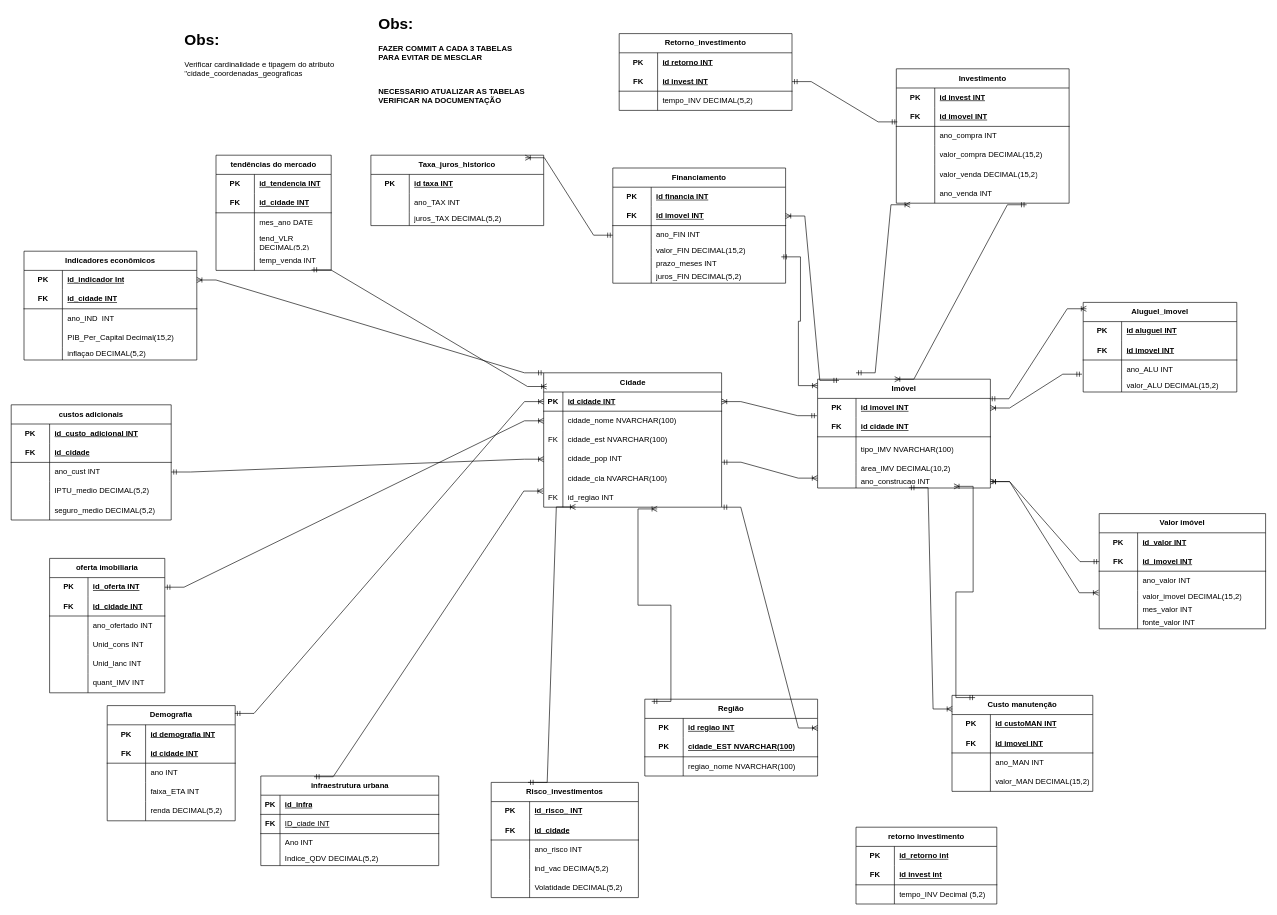
Guilherme22B/Group_by keeps this draw.io diagram as GroupBy.drawio. Above is the earlier version. Source tidied: cells renumbered, new cells numbered last; positions are measured from the earlier drawing's top-left corner, leaving out a move shared by most shapes. Both pictures are drawn from the tidied source at 64%, with x=0, y=0 at pixel (11, 11).
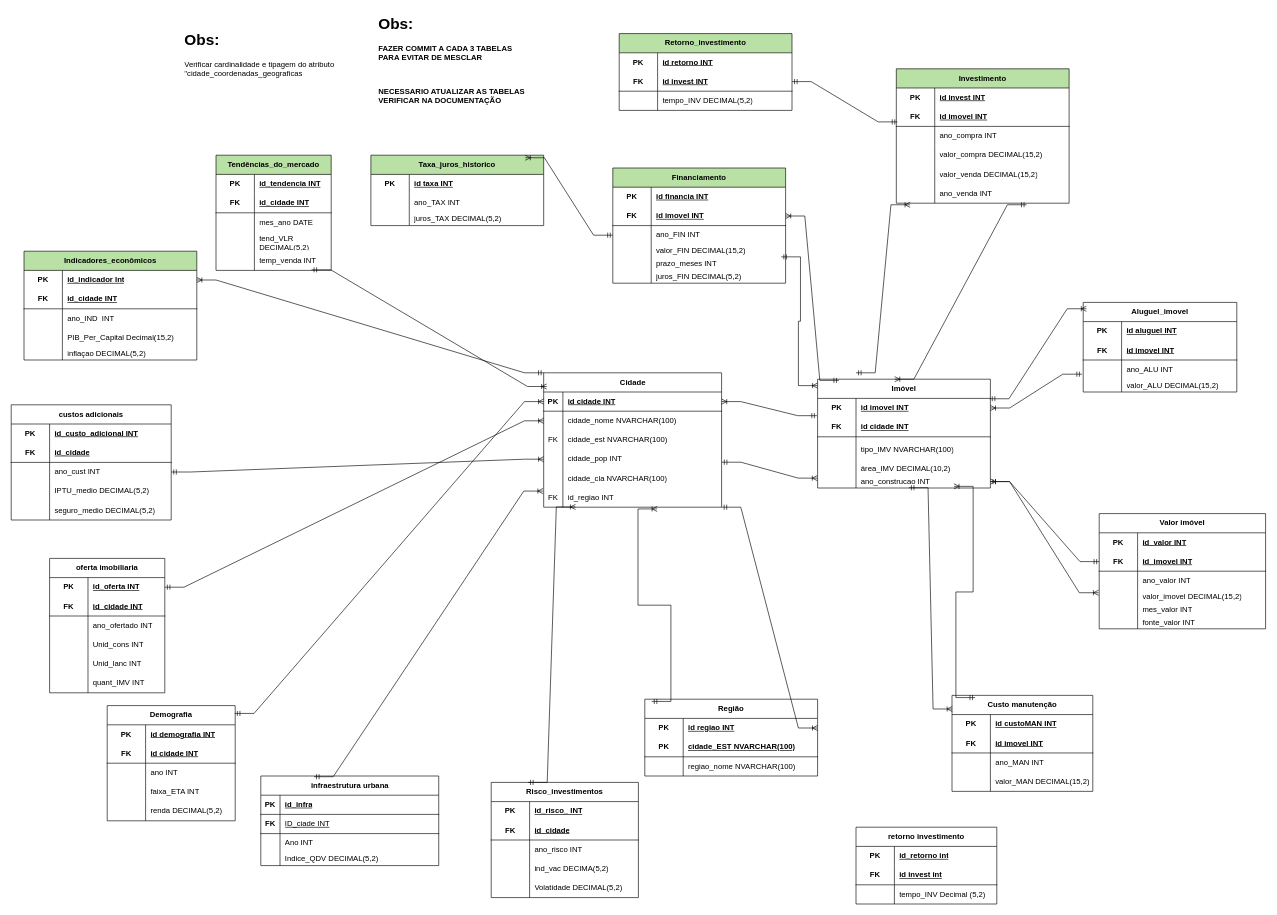
After the change.

Commit message:
Atualizando as tabelas

The edit, as a diff of the source:
```diff
@@
-    <mxCell id="71" value="Investimento" style="shape=table;startSize=30;childLayout=tableLayout;rowLines=0;fontStyle=1;align=center;html=1;whiteSpace=wrap;" parent="1" vertex="1">
+    <mxCell id="71" value="Investimento" style="shape=table;startSize=30;childLayout=tableLayout;rowLines=0;fontStyle=1;align=center;html=1;whiteSpace=wrap;fillColor=light-dark(#B9E0A5,#B9E0A5);" parent="1" vertex="1">
       <mxGeometry x="1383" y="90" width="270" height="210" as="geometry" />
     </mxCell>
@@
-    <mxCell id="103" value="Financiamento" style="shape=table;startSize=30;childLayout=tableLayout;rowLines=0;fontStyle=1;align=center;html=1;whiteSpace=wrap;" parent="1" vertex="1">
+    <mxCell id="103" value="Financiamento" style="shape=table;startSize=30;childLayout=tableLayout;rowLines=0;fontStyle=1;align=center;html=1;whiteSpace=wrap;fillColor=light-dark(#B9E0A5,#B9E0A5);" parent="1" vertex="1">
       <mxGeometry x="940" y="245" width="270" height="180" as="geometry" />
     </mxCell>
@@
-    <mxCell id="122" value="Taxa_juros_historico" style="shape=table;startSize=30;childLayout=tableLayout;rowLines=0;fontStyle=1;align=center;html=1;whiteSpace=wrap;" parent="1" vertex="1">
+    <mxCell id="122" value="Taxa_juros_historico" style="shape=table;startSize=30;childLayout=tableLayout;rowLines=0;fontStyle=1;align=center;html=1;whiteSpace=wrap;fillColor=#B9E0A5;" parent="1" vertex="1">
       <mxGeometry x="562" y="225" width="270" height="110" as="geometry" />
     </mxCell>
@@
-    <mxCell id="132" value="Retorno_investimento" style="shape=table;startSize=30;childLayout=tableLayout;rowLines=0;fontStyle=1;align=center;html=1;whiteSpace=wrap;" parent="1" vertex="1">
+    <mxCell id="132" value="Retorno_investimento" style="shape=table;startSize=30;childLayout=tableLayout;rowLines=0;fontStyle=1;align=center;html=1;whiteSpace=wrap;fillColor=#B9E0A5;" parent="1" vertex="1">
       <mxGeometry x="950" y="35" width="270" height="120" as="geometry" />
     </mxCell>
@@
-    <mxCell id="165" value="Indicadores econômicos" style="shape=table;startSize=30;childLayout=tableLayout;rowLines=0;fontStyle=1;align=center;html=1;whiteSpace=wrap;" parent="1" vertex="1">
+    <mxCell id="165" value="Indicadores_econômicos" style="shape=table;startSize=30;childLayout=tableLayout;rowLines=0;fontStyle=1;align=center;html=1;whiteSpace=wrap;fillColor=#B9E0A5;" parent="1" vertex="1">
       <mxGeometry x="20" y="375" width="270" height="170" as="geometry" />
     </mxCell>
@@
-    <mxCell id="213" value="tendências do mercado" style="shape=table;startSize=30;childLayout=tableLayout;rowLines=0;fontStyle=1;align=center;html=1;whiteSpace=wrap;" parent="1" vertex="1">
+    <mxCell id="213" value="Tendências_do_mercado" style="shape=table;startSize=30;childLayout=tableLayout;rowLines=0;fontStyle=1;align=center;html=1;whiteSpace=wrap;fillColor=#B9E0A5;" parent="1" vertex="1">
       <mxGeometry x="320" y="225" width="180" height="180" as="geometry" />
     </mxCell>
```
